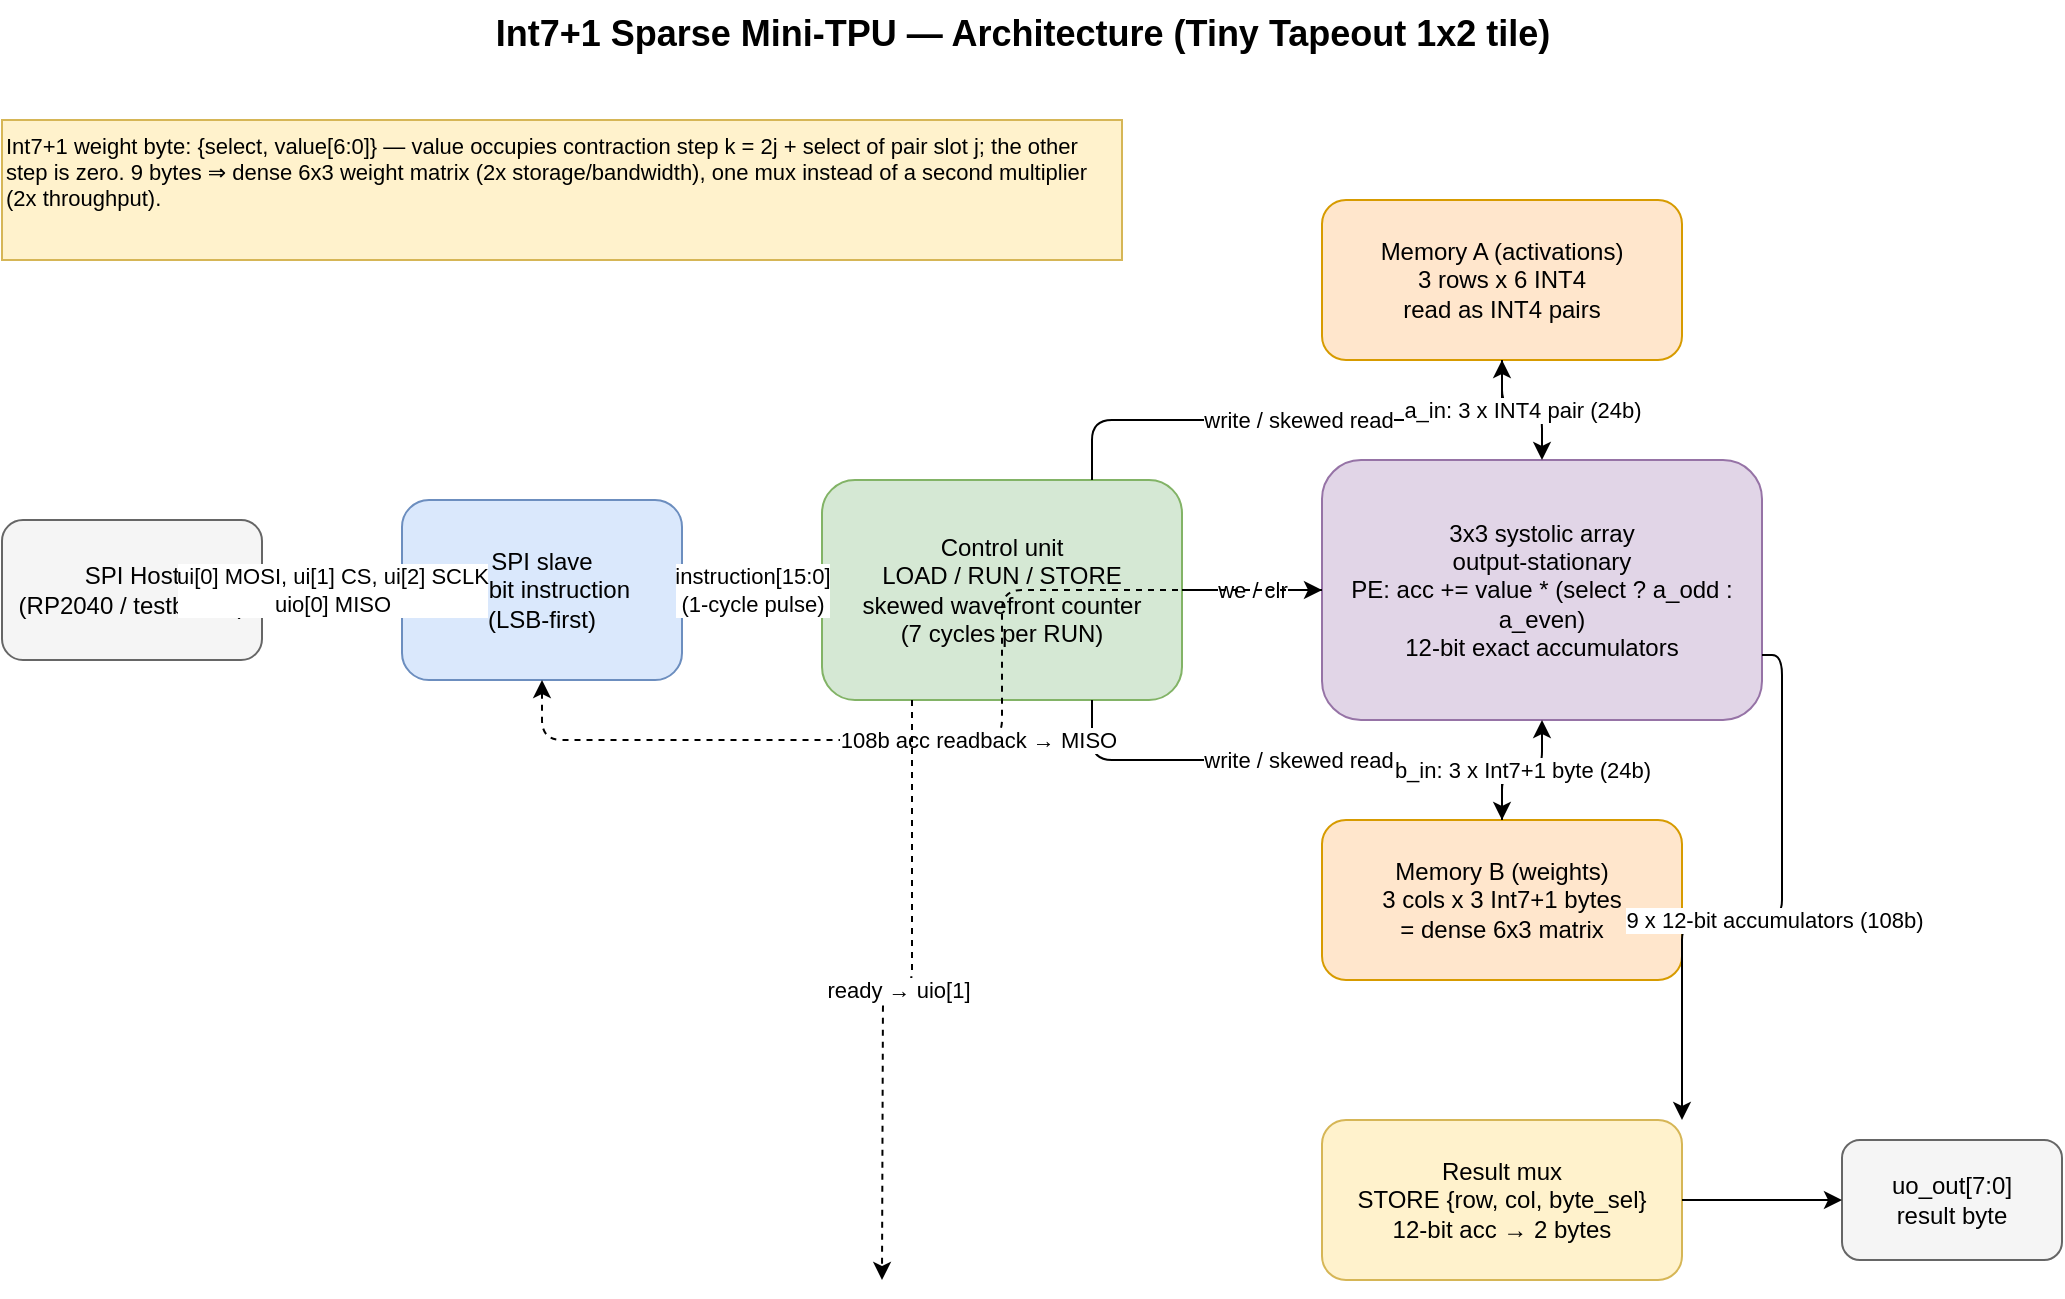
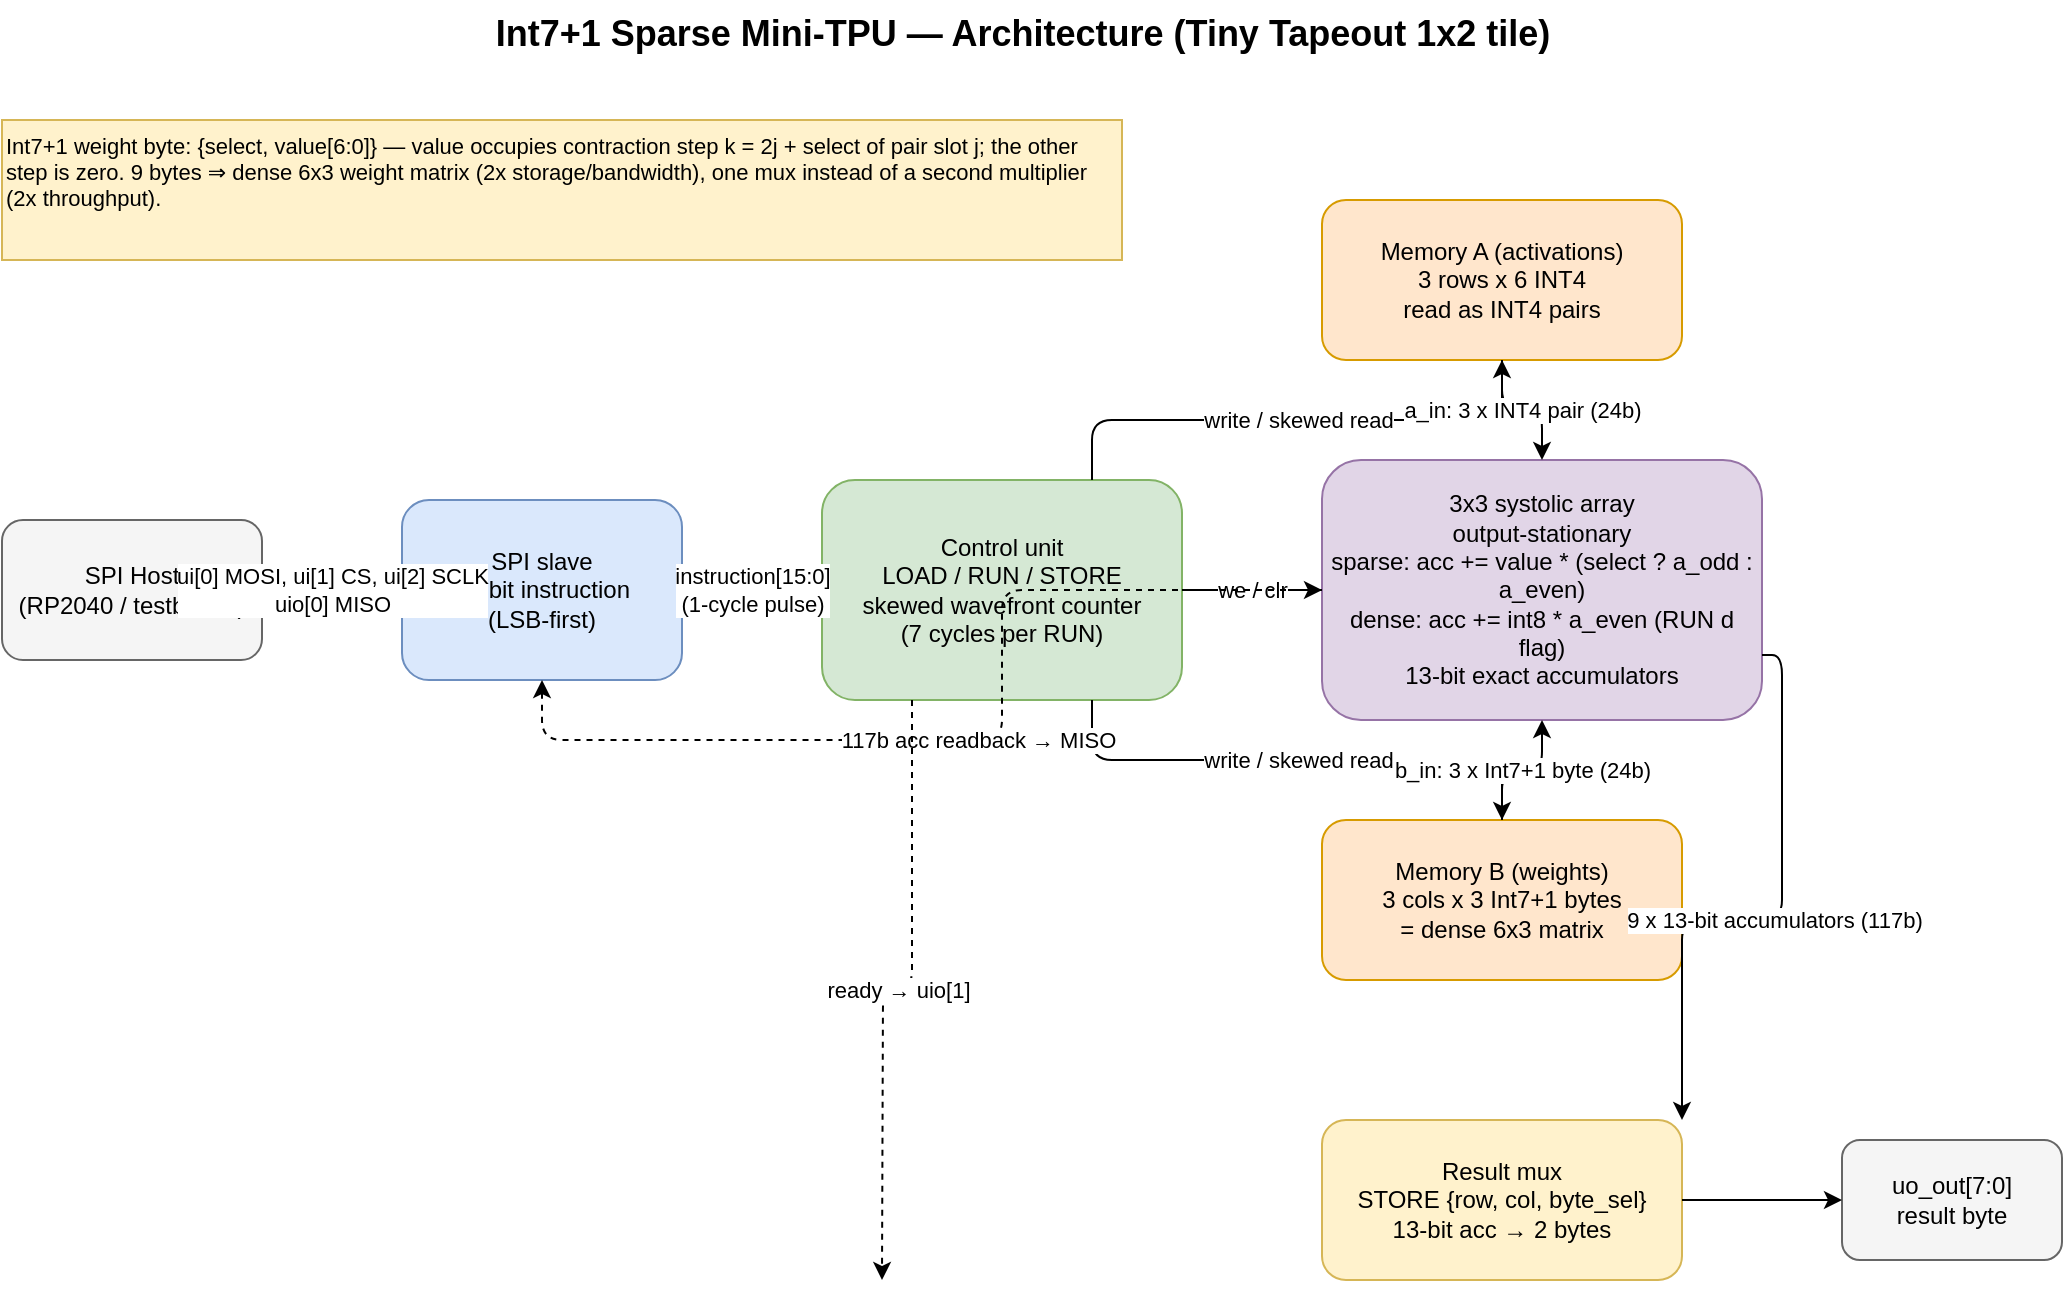
<mxfile host="app.diagrams.net" type="device">
  <diagram id="arch" name="Architecture">
    <mxGraphModel dx="1200" dy="800" grid="1" gridSize="10" guides="1" tooltips="1" connect="1" arrows="1" fold="1" page="1" pageScale="1" pageWidth="1100" pageHeight="700" math="0" shadow="0">
      <root>
        <mxCell id="0" />
        <mxCell id="1" parent="0" />

        <mxCell id="title" value="Int7+1 Sparse Mini-TPU — Architecture (Tiny Tapeout 1x2 tile)" style="text;html=1;fontSize=18;fontStyle=1;align=center;" vertex="1" parent="1">
          <mxGeometry x="200" y="20" width="700" height="30" as="geometry" />
        </mxCell>

        <mxCell id="host" value="SPI Host&#10;(RP2040 / testbench)" style="rounded=1;whiteSpace=wrap;html=1;fillColor=#f5f5f5;strokeColor=#666666;" vertex="1" parent="1">
          <mxGeometry x="40" y="280" width="130" height="70" as="geometry" />
        </mxCell>

        <mxCell id="spi" value="SPI slave&#10;16-bit instruction&#10;(LSB-first)" style="rounded=1;whiteSpace=wrap;html=1;fillColor=#dae8fc;strokeColor=#6c8ebf;" vertex="1" parent="1">
          <mxGeometry x="240" y="270" width="140" height="90" as="geometry" />
        </mxCell>

        <mxCell id="ctrl" value="Control unit&#10;LOAD / RUN / STORE&#10;skewed wavefront counter&#10;(7 cycles per RUN)" style="rounded=1;whiteSpace=wrap;html=1;fillColor=#d5e8d4;strokeColor=#82b366;" vertex="1" parent="1">
          <mxGeometry x="450" y="260" width="180" height="110" as="geometry" />
        </mxCell>

        <mxCell id="mema" value="Memory A (activations)&#10;3 rows x 6 INT4&#10;read as INT4 pairs" style="rounded=1;whiteSpace=wrap;html=1;fillColor=#ffe6cc;strokeColor=#d79b00;" vertex="1" parent="1">
          <mxGeometry x="700" y="120" width="180" height="80" as="geometry" />
        </mxCell>

        <mxCell id="memb" value="Memory B (weights)&#10;3 cols x 3 Int7+1 bytes&#10;= dense 6x3 matrix" style="rounded=1;whiteSpace=wrap;html=1;fillColor=#ffe6cc;strokeColor=#d79b00;" vertex="1" parent="1">
          <mxGeometry x="700" y="430" width="180" height="80" as="geometry" />
        </mxCell>

-         <mxCell id="array" value="3x3 systolic array&#10;output-stationary&#10;PE: acc += value * (select ? a_odd : a_even)&#10;12-bit exact accumulators" style="rounded=1;whiteSpace=wrap;html=1;fillColor=#e1d5e7;strokeColor=#9673a6;" vertex="1" parent="1">
+         <mxCell id="array" value="3x3 systolic array&#10;output-stationary&#10;sparse: acc += value * (select ? a_odd : a_even)&#10;dense:  acc += int8 * a_even (RUN d flag)&#10;13-bit exact accumulators" style="rounded=1;whiteSpace=wrap;html=1;fillColor=#e1d5e7;strokeColor=#9673a6;" vertex="1" parent="1">
          <mxGeometry x="700" y="250" width="220" height="130" as="geometry" />
        </mxCell>

-         <mxCell id="mux" value="Result mux&#10;STORE {row, col, byte_sel}&#10;12-bit acc → 2 bytes" style="rounded=1;whiteSpace=wrap;html=1;fillColor=#fff2cc;strokeColor=#d6b656;" vertex="1" parent="1">
+         <mxCell id="mux" value="Result mux&#10;STORE {row, col, byte_sel}&#10;13-bit acc → 2 bytes" style="rounded=1;whiteSpace=wrap;html=1;fillColor=#fff2cc;strokeColor=#d6b656;" vertex="1" parent="1">
          <mxGeometry x="700" y="580" width="180" height="80" as="geometry" />
        </mxCell>

        <mxCell id="uo" value="uo_out[7:0]&#10;result byte" style="rounded=1;whiteSpace=wrap;html=1;fillColor=#f5f5f5;strokeColor=#666666;" vertex="1" parent="1">
          <mxGeometry x="960" y="590" width="110" height="60" as="geometry" />
        </mxCell>

        <mxCell id="e1" value="ui[0] MOSI, ui[1] CS, ui[2] SCLK&#10;uio[0] MISO" style="edgeStyle=orthogonalEdgeStyle;rounded=1;html=1;" edge="1" parent="1" source="host" target="spi">
          <mxGeometry relative="1" as="geometry" />
        </mxCell>
        <mxCell id="e2" value="instruction[15:0]&#10;(1-cycle pulse)" style="edgeStyle=orthogonalEdgeStyle;rounded=1;html=1;" edge="1" parent="1" source="spi" target="ctrl">
          <mxGeometry relative="1" as="geometry" />
        </mxCell>
        <mxCell id="e3" value="write / skewed read" style="edgeStyle=orthogonalEdgeStyle;rounded=1;html=1;exitX=0.75;exitY=0;" edge="1" parent="1" source="ctrl" target="mema">
          <mxGeometry relative="1" as="geometry" />
        </mxCell>
        <mxCell id="e4" value="write / skewed read" style="edgeStyle=orthogonalEdgeStyle;rounded=1;html=1;exitX=0.75;exitY=1;" edge="1" parent="1" source="ctrl" target="memb">
          <mxGeometry relative="1" as="geometry" />
        </mxCell>
        <mxCell id="e5" value="a_in: 3 x INT4 pair (24b)" style="edgeStyle=orthogonalEdgeStyle;rounded=1;html=1;exitX=0.5;exitY=1;entryX=0.5;entryY=0;" edge="1" parent="1" source="mema" target="array">
          <mxGeometry relative="1" as="geometry" />
        </mxCell>
        <mxCell id="e6" value="b_in: 3 x Int7+1 byte (24b)" style="edgeStyle=orthogonalEdgeStyle;rounded=1;html=1;exitX=0.5;exitY=0;entryX=0.5;entryY=1;" edge="1" parent="1" source="memb" target="array">
          <mxGeometry relative="1" as="geometry" />
        </mxCell>
        <mxCell id="e7" value="we / clr" style="edgeStyle=orthogonalEdgeStyle;rounded=1;html=1;" edge="1" parent="1" source="ctrl" target="array">
          <mxGeometry relative="1" as="geometry" />
        </mxCell>
-         <mxCell id="e8" value="9 x 12-bit accumulators (108b)" style="edgeStyle=orthogonalEdgeStyle;rounded=1;html=1;exitX=1;exitY=0.75;entryX=1;entryY=0;" edge="1" parent="1" source="array" target="mux">
+         <mxCell id="e8" value="9 x 13-bit accumulators (117b)" style="edgeStyle=orthogonalEdgeStyle;rounded=1;html=1;exitX=1;exitY=0.75;entryX=1;entryY=0;" edge="1" parent="1" source="array" target="mux">
          <mxGeometry relative="1" as="geometry" />
        </mxCell>
        <mxCell id="e9" value="" style="edgeStyle=orthogonalEdgeStyle;rounded=1;html=1;" edge="1" parent="1" source="mux" target="uo">
          <mxGeometry relative="1" as="geometry" />
        </mxCell>
-         <mxCell id="e10" value="108b acc readback → MISO" style="edgeStyle=orthogonalEdgeStyle;rounded=1;html=1;exitX=0;exitY=0.5;entryX=0.5;entryY=1;dashed=1;" edge="1" parent="1" source="array" target="spi">
+         <mxCell id="e10" value="117b acc readback → MISO" style="edgeStyle=orthogonalEdgeStyle;rounded=1;html=1;exitX=0;exitY=0.5;entryX=0.5;entryY=1;dashed=1;" edge="1" parent="1" source="array" target="spi">
          <mxGeometry relative="1" as="geometry" />
        </mxCell>
        <mxCell id="e11" value="ready → uio[1]" style="edgeStyle=orthogonalEdgeStyle;rounded=1;html=1;exitX=0.25;exitY=1;dashed=1;" edge="1" parent="1" source="ctrl">
          <mxGeometry relative="1" as="geometry">
            <mxPoint x="480" y="660" as="targetPoint" />
          </mxGeometry>
        </mxCell>

        <mxCell id="note" value="Int7+1 weight byte: {select, value[6:0]} — value occupies contraction step k = 2j + select of pair slot j; the other step is zero. 9 bytes ⇒ dense 6x3 weight matrix (2x storage/bandwidth), one mux instead of a second multiplier (2x throughput)." style="text;html=1;whiteSpace=wrap;fontSize=11;fillColor=#fff2cc;strokeColor=#d6b656;" vertex="1" parent="1">
          <mxGeometry x="40" y="80" width="560" height="70" as="geometry" />
        </mxCell>
      </root>
    </mxGraphModel>
  </diagram>
</mxfile>
